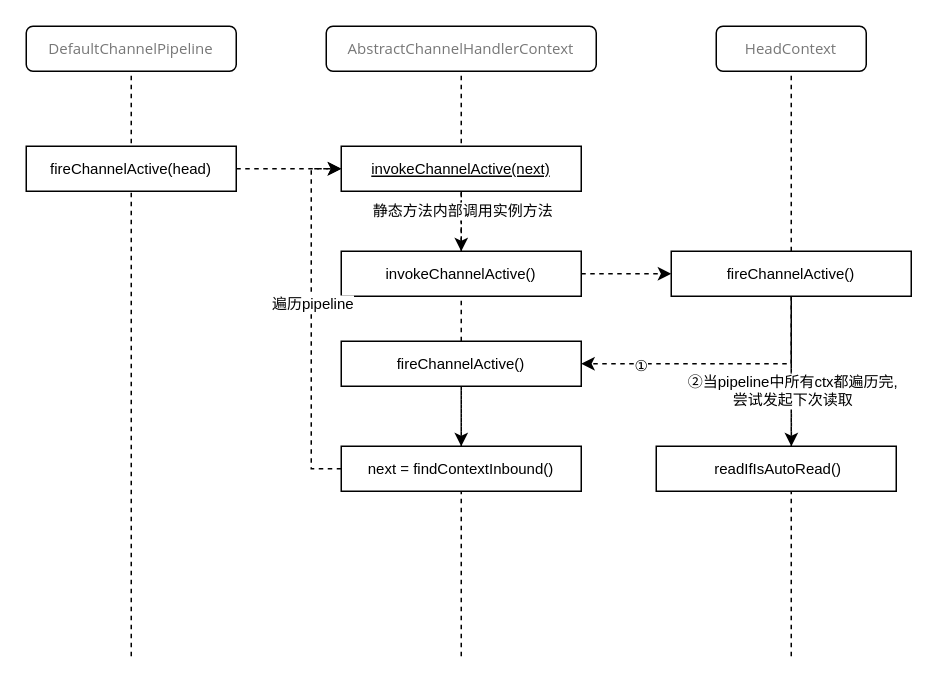
Above: Untitled Diagram.drawio in Athement/gitDev (draw.io), before the change. Source tidied: cells renumbered, new cells numbered last; positions are measured from the earlier drawing's top-left corner, leaving out a move shared by most shapes. Both pictures are drawn from the tidied source at 150%, with x=0, y=0 at pixel (26, 26).
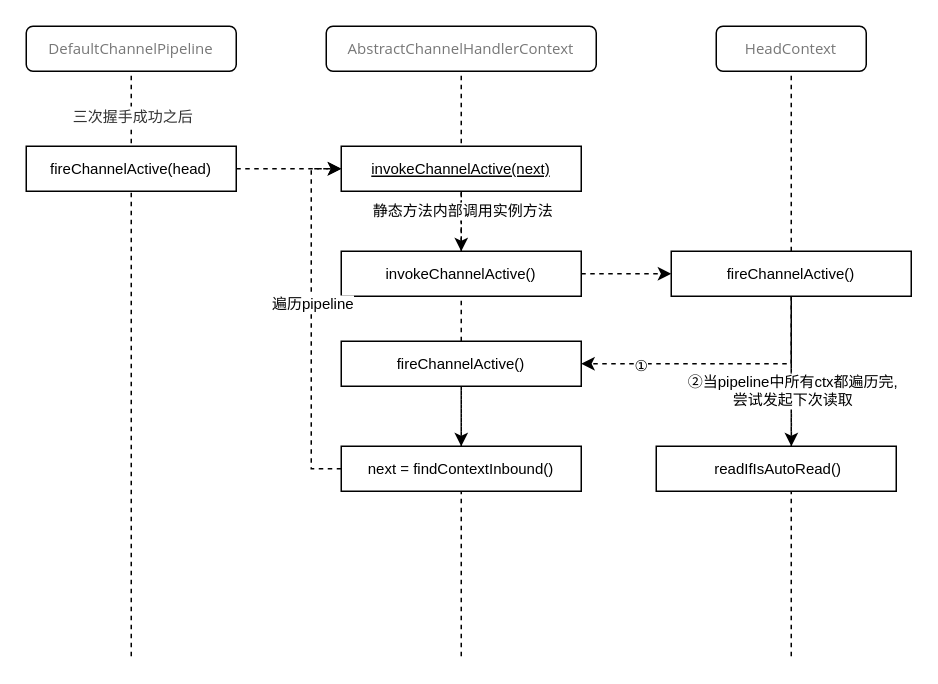
After the change.

Unchanged cells that the change refers to:
```xml
<mxCell id="3" style="endArrow=none;html=1;rounded=0;fontSize=10;entryX=0.5;entryY=1;entryDx=0;entryDy=0;dashed=1;" parent="1" edge="1" target="2">
  <mxGeometry relative="1" as="geometry">
    <mxPoint x="70" y="420" as="sourcePoint" />
  </mxGeometry>
</mxCell>
```

What changed in the source:
```diff
@@
+    <mxCell id="26" value="&lt;span style=&quot;color: rgb(51 , 51 , 51) ; font-family: &amp;#34;open sans&amp;#34; , &amp;#34;clear sans&amp;#34; , &amp;#34;helvetica neue&amp;#34; , &amp;#34;helvetica&amp;#34; , &amp;#34;arial&amp;#34; , sans-serif&quot;&gt;&lt;font style=&quot;font-size: 10px&quot;&gt;三次握手成功之后&lt;/font&gt;&lt;/span&gt;" style="edgeLabel;html=1;align=center;verticalAlign=middle;fontSize=10;" parent="3" vertex="1">
+      <mxGeometry x="0.85" relative="1" as="geometry" />
+    </mxCell>
```
